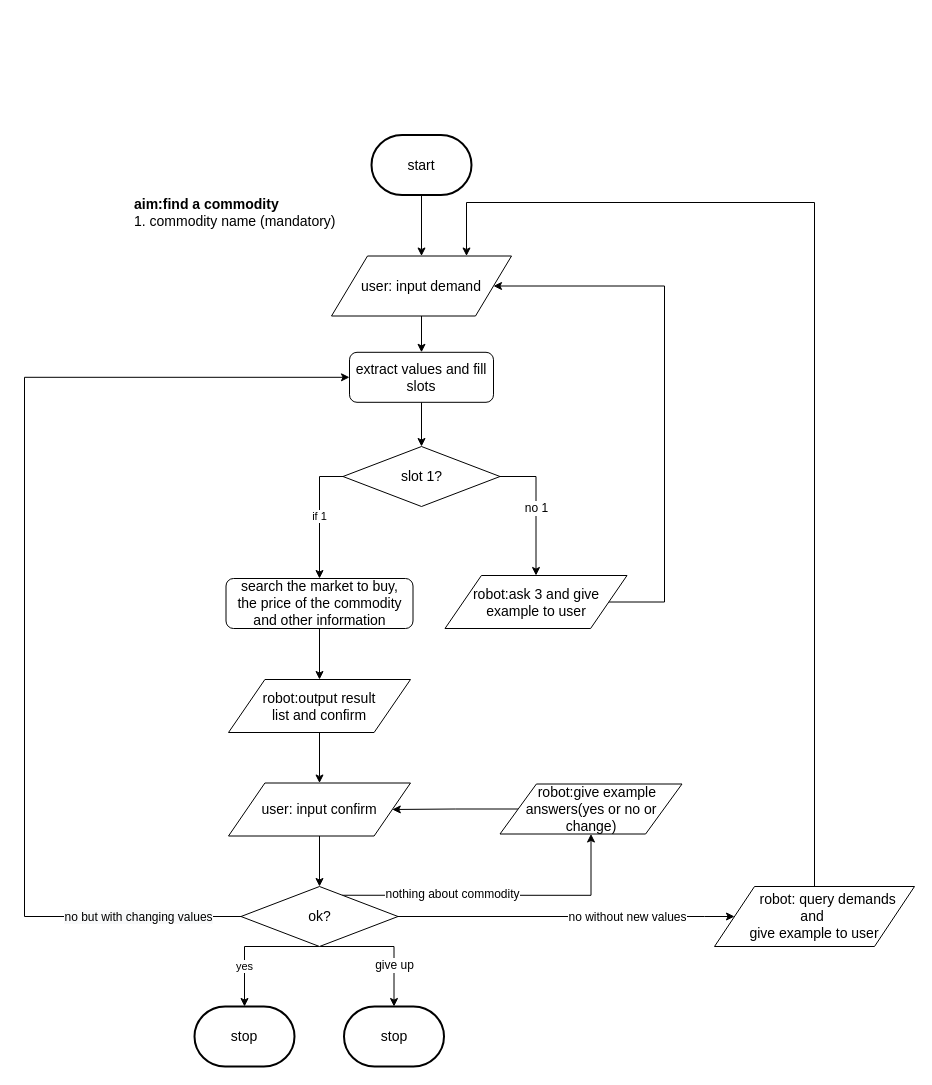
ricosr/travel_consult_chatbot keeps this draw.io diagram as flow_diagram/shopping.drawio. Above is the earlier version. Source tidied: cells renumbered, new cells numbered last; positions are measured from the earlier drawing's top-left corner, leaving out a move shared by most shapes. Both pictures are drawn from the tidied source at 100%, with x=0, y=0 at pixel (24, 135).
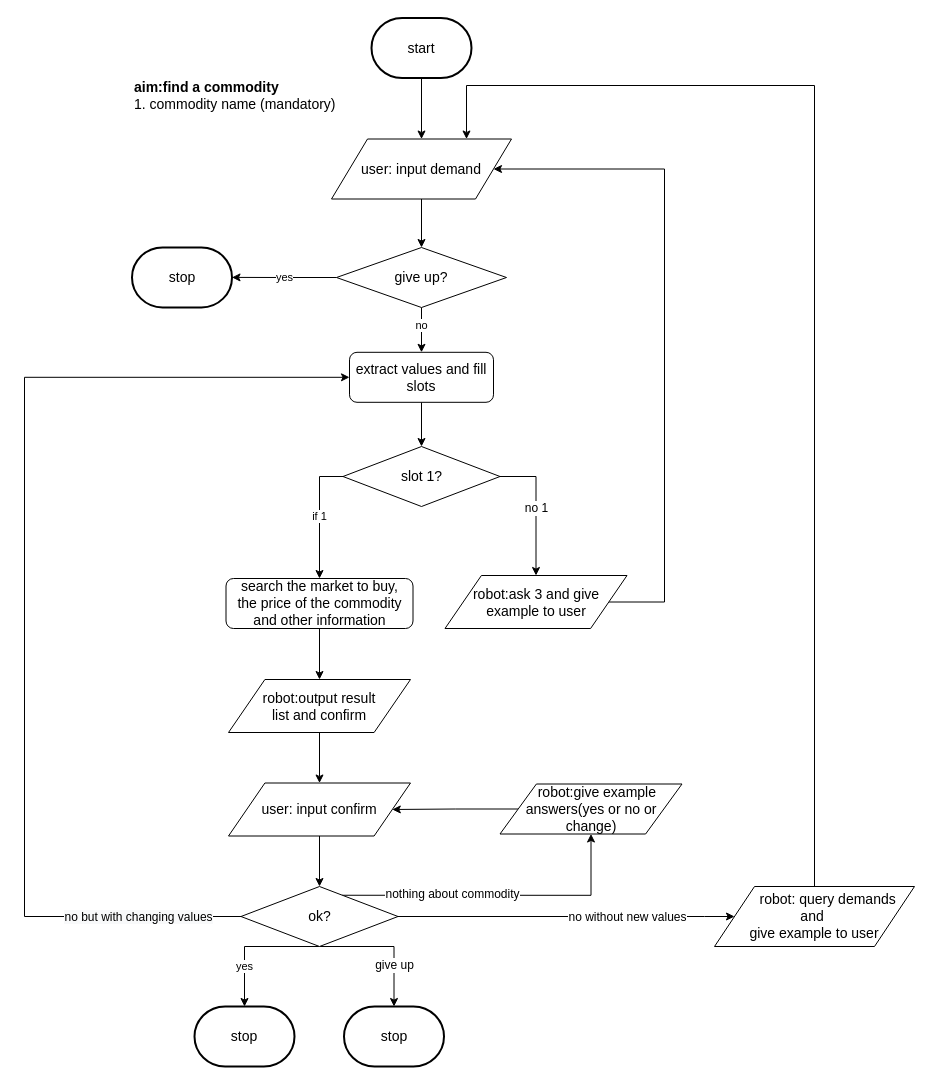
The same diagram, later.

The change refers to these unchanged cells:
```xml
<mxCell id="26" value="&lt;span style=&quot;font-size: 14px&quot;&gt;&amp;nbsp; &amp;nbsp; &amp;nbsp; &amp;nbsp; robot: query demands&amp;nbsp;&lt;/span&gt;&lt;br style=&quot;font-size: 14px&quot;&gt;&lt;span style=&quot;font-size: 14px&quot;&gt;and&amp;nbsp;&lt;/span&gt;&lt;br style=&quot;font-size: 14px&quot;&gt;&lt;span style=&quot;font-size: 14px&quot;&gt;give example to user&lt;/span&gt;" style="shape=parallelogram;perimeter=parallelogramPerimeter;whiteSpace=wrap;html=1;" parent="1" vertex="1">
  <mxGeometry x="690" y="751" width="200" height="60" as="geometry" />
</mxCell>
<mxCell id="31" value="&lt;span style=&quot;font-size: 14px&quot;&gt;robot:ask 3 and give example to user&lt;/span&gt;" style="shape=parallelogram;perimeter=parallelogramPerimeter;whiteSpace=wrap;html=1;" parent="1" vertex="1">
  <mxGeometry x="420.5" y="440" width="182" height="53" as="geometry" />
</mxCell>
<mxCell id="33" value="&lt;font style=&quot;font-size: 14px&quot;&gt;extract values and fill slots&lt;/font&gt;" style="rounded=1;whiteSpace=wrap;html=1;" parent="1" vertex="1">
  <mxGeometry x="325" y="216.8" width="144" height="50" as="geometry" />
</mxCell>
```

What changed in the source:
```diff
@@
     <mxCell id="2" value="&lt;font style=&quot;font-size: 14px&quot;&gt;&lt;b&gt;aim:find a commodity&lt;/b&gt;&lt;br&gt;1.&amp;nbsp;commodity&amp;nbsp;name (mandatory)&lt;br&gt;&lt;/font&gt;" style="text;html=1;strokeColor=none;fillColor=none;align=left;verticalAlign=middle;whiteSpace=wrap;rounded=0;" parent="1" vertex="1">
-      <mxGeometry x="107.5" y="47" width="211" height="60" as="geometry" />
+      <mxGeometry x="107.5" y="-70" width="211" height="60" as="geometry" />
     </mxCell>
-    <mxCell id="3" style="edgeStyle=orthogonalEdgeStyle;rounded=0;jettySize=auto;html=1;exitX=0.5;exitY=1;exitDx=0;exitDy=0;entryX=0.5;entryY=0;entryDx=0;entryDy=0;" parent="1" edge="1" source="27" target="33">
-      <mxGeometry relative="1" as="geometry" />
-    </mxCell>
@@
     <mxCell id="8" style="edgeStyle=orthogonalEdgeStyle;rounded=0;jettySize=auto;html=1;exitX=1;exitY=0.5;exitDx=0;exitDy=0;entryX=1;entryY=0.5;entryDx=0;entryDy=0;" parent="1" edge="1" source="31" target="27">
       <mxGeometry relative="1" as="geometry">
         <Array as="points">
           <mxPoint x="640" y="467" />
-          <mxPoint x="640" y="151" />
+          <mxPoint x="640" y="34" />
         </Array>
       </mxGeometry>
     </mxCell>
@@
     <mxCell id="24" value="&lt;span style=&quot;font-size: 14px&quot;&gt;start&lt;/span&gt;" style="strokeWidth=2;html=1;shape=mxgraph.flowchart.terminator;whiteSpace=wrap;" parent="1" vertex="1">
-      <mxGeometry x="347" y="-0.5" width="100" height="60" as="geometry" />
+      <mxGeometry x="347" y="-117.5" width="100" height="60" as="geometry" />
     </mxCell>
     <mxCell id="25" style="edgeStyle=orthogonalEdgeStyle;rounded=0;jettySize=auto;html=1;exitX=0.5;exitY=0;exitDx=0;exitDy=0;entryX=0.75;entryY=0;entryDx=0;entryDy=0;" parent="1" edge="1" source="26" target="27">
       <mxGeometry relative="1" as="geometry">
         <Array as="points">
-          <mxPoint x="790" y="67" />
-          <mxPoint x="442" y="67" />
+          <mxPoint x="790" y="-50" />
+          <mxPoint x="442" y="-50" />
         </Array>
       </mxGeometry>
     </mxCell>
@@
+    <mxCell id="37" style="edgeStyle=orthogonalEdgeStyle;rounded=0;jettySize=auto;html=1;exitX=0.5;exitY=1;exitDx=0;exitDy=0;" parent="1" edge="1" source="27" target="40">
+      <mxGeometry relative="1" as="geometry" />
+    </mxCell>
     <mxCell id="27" value="&lt;span style=&quot;font-size: 14px ; white-space: normal&quot;&gt;user: input demand&lt;/span&gt;" style="shape=parallelogram;perimeter=parallelogramPerimeter;whiteSpace=wrap;html=1;" parent="1" vertex="1">
-      <mxGeometry x="307" y="120.5" width="180" height="60" as="geometry" />
+      <mxGeometry x="307" y="3.5" width="180" height="60" as="geometry" />
     </mxCell>
@@
+    <mxCell id="38" value="no" style="edgeStyle=orthogonalEdgeStyle;rounded=0;jettySize=auto;html=1;exitX=0.5;exitY=1;exitDx=0;exitDy=0;" parent="1" edge="1" source="40" target="33">
+      <mxGeometry y="-4" relative="1" as="geometry">
+        <mxPoint x="4" y="-4" as="offset" />
+      </mxGeometry>
+    </mxCell>
+    <mxCell id="39" value="yes" style="edgeStyle=orthogonalEdgeStyle;rounded=0;jettySize=auto;html=1;exitX=0;exitY=0.5;exitDx=0;exitDy=0;entryX=1;entryY=0.5;entryDx=0;entryDy=0;entryPerimeter=0;" parent="1" edge="1" source="40" target="41">
+      <mxGeometry relative="1" as="geometry" />
+    </mxCell>
+    <mxCell id="40" value="&lt;font style=&quot;font-size: 14px&quot;&gt;give up?&lt;br&gt;&lt;/font&gt;" style="rhombus;whiteSpace=wrap;html=1;" parent="1" vertex="1">
+      <mxGeometry x="312" y="112" width="170" height="60" as="geometry" />
+    </mxCell>
+    <mxCell id="41" value="&lt;font style=&quot;font-size: 14px&quot;&gt;stop&lt;/font&gt;" style="strokeWidth=2;html=1;shape=mxgraph.flowchart.terminator;whiteSpace=wrap;" parent="1" vertex="1">
+      <mxGeometry x="107.5" y="111.9" width="100" height="60" as="geometry" />
+    </mxCell>
```
